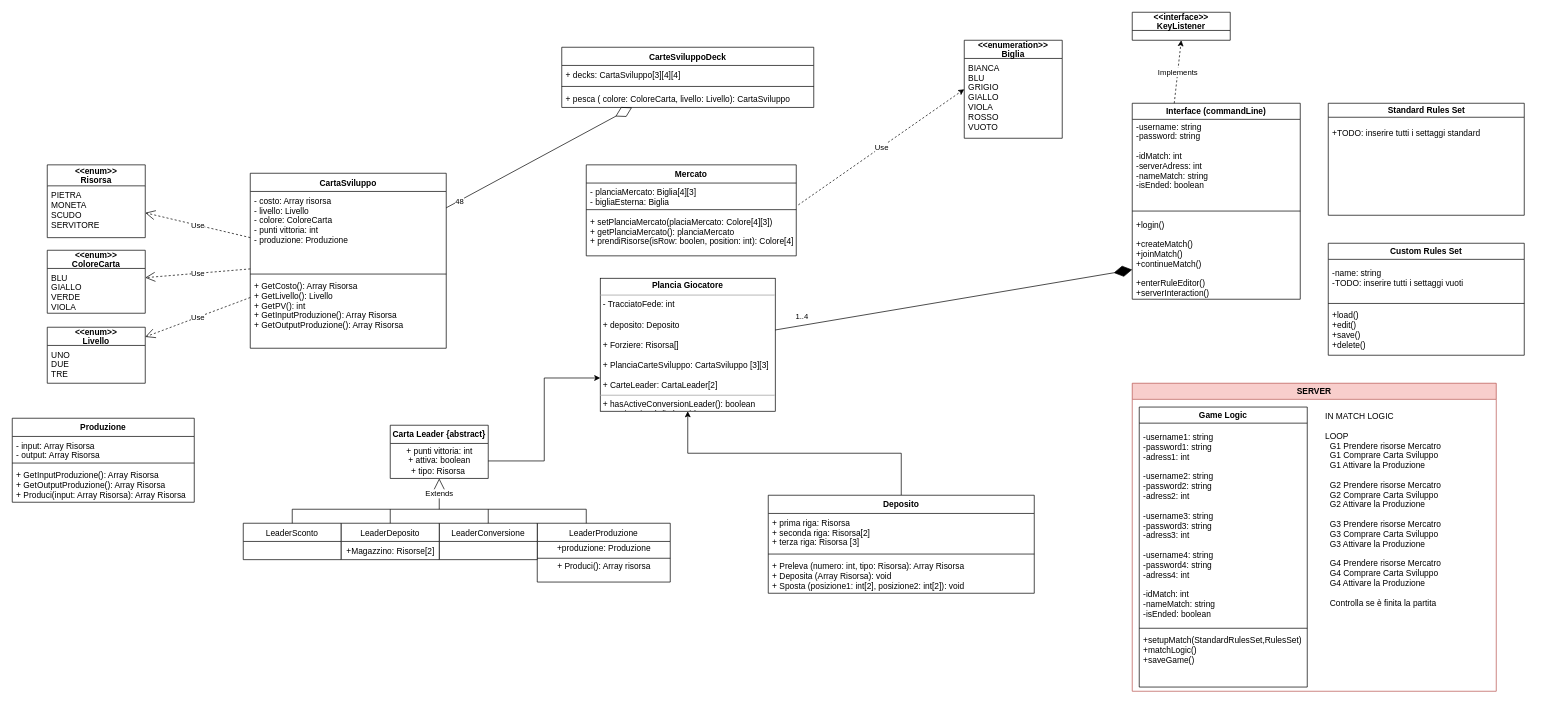
Earlier version of the draw.io diagram Untitled Diagram.drawio (DavideLancini/ing-sw-2021-Lancini-Gilli-Frigerio). Source tidied: cells renumbered, new cells numbered last; positions are measured from the earlier drawing's top-left corner, leaving out a move shared by most shapes. Both pictures are drawn from the tidied source at 70%, with x=0, y=0 at pixel (12, 12).
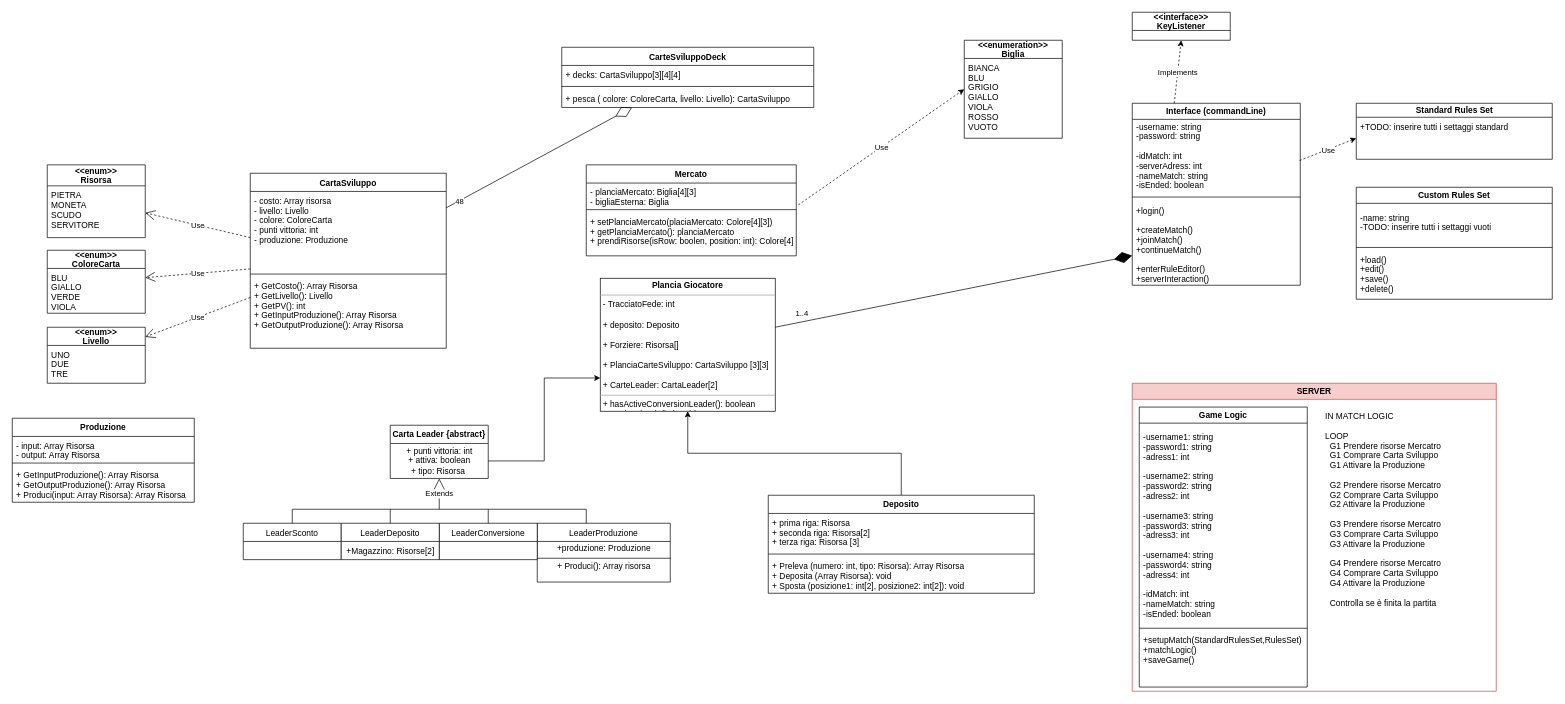
The same diagram, later.

The edit, as a diff of the source:
```diff
@@
     <mxCell id="13" value="Standard Rules Set" style="swimlane;html=1;startSize=20;horizontal=1;containerType=tree;newEdgeStyle={&quot;edgeStyle&quot;:&quot;elbowEdgeStyle&quot;,&quot;startArrow&quot;:&quot;none&quot;,&quot;endArrow&quot;:&quot;none&quot;};strokeColor=#000000;swimlaneFillColor=#ffffff;" parent="1" vertex="1">
-      <mxGeometry x="1880" y="130" width="280" height="160" as="geometry" />
+      <mxGeometry x="1920" y="130" width="280" height="80" as="geometry" />
     </mxCell>
     <mxCell id="14" value="+TODO: inserire tutti i settaggi standard" style="text;strokeColor=none;fillColor=none;align=left;verticalAlign=top;spacingLeft=4;spacingRight=4;overflow=hidden;" parent="13" vertex="1">
-      <mxGeometry y="29" width="280" height="131" as="geometry" />
+      <mxGeometry y="20" width="280" height="60" as="geometry" />
     </mxCell>
@@
     <mxCell id="16" value="Custom Rules Set" style="swimlane;strokeColor=#000000;swimlaneFillColor=#ffffff;" parent="1" vertex="1">
-      <mxGeometry x="1880" y="330" width="280" height="160" as="geometry" />
+      <mxGeometry x="1920" y="250" width="280" height="160" as="geometry" />
     </mxCell>
@@
     <mxCell id="32" value="Interface (commandLine)" style="swimlane;strokeColor=#000000;swimlaneFillColor=#ffffff;" parent="1" vertex="1">
-      <mxGeometry x="1600" y="130" width="240" height="280" as="geometry" />
+      <mxGeometry x="1600" y="130" width="240" height="260" as="geometry" />
     </mxCell>
     <mxCell id="33" value="+login()&#10;&#10;+createMatch()&#10;+joinMatch()&#10;+continueMatch()&#10;&#10;+enterRuleEditor()&#10;+serverInteraction()" style="text;strokeColor=none;fillColor=none;align=left;verticalAlign=top;spacingLeft=4;spacingRight=4;overflow=hidden;points=[[0,0.5],[1,0.5]];portConstraint=eastwest;" parent="32" vertex="1">
-      <mxGeometry y="160" width="240" height="120" as="geometry" />
+      <mxGeometry y="140" width="240" height="120" as="geometry" />
     </mxCell>
     <mxCell id="34" value="-username: string&#10;-password: string&#10;&#10;-idMatch: int&#10;-serverAdress: int&#10;-nameMatch: string&#10;-isEnded: boolean" style="text;strokeColor=none;fillColor=none;align=left;verticalAlign=top;spacingLeft=4;spacingRight=4;overflow=hidden;points=[[0,0.5],[1,0.5]];portConstraint=eastwest;" parent="32" vertex="1">
-      <mxGeometry y="20" width="240" height="130" as="geometry" />
+      <mxGeometry y="20" width="240" height="110" as="geometry" />
     </mxCell>
     <mxCell id="35" style="line;html=1;strokeWidth=1;align=left;verticalAlign=middle;spacingTop=-1;spacingLeft=3;spacingRight=3;labelPosition=right;" parent="32" vertex="1">
-      <mxGeometry y="150" width="240" height="8" as="geometry" />
+      <mxGeometry y="130" width="240" height="8" as="geometry" />
     </mxCell>
@@
+    <mxCell id="77" style="endArrow=classic;html=1;exitX=0.996;exitY=0.562;exitDx=0;exitDy=0;dashed=1;exitPerimeter=0;" parent="1" edge="1" source="34">
+      <mxGeometry relative="1" as="geometry">
+        <mxPoint x="1920" y="180" as="targetPoint" />
+      </mxGeometry>
+    </mxCell>
+    <mxCell id="78" value="Use" style="edgeLabel;html=1;align=center;verticalAlign=middle;" parent="77" vertex="1">
+      <mxGeometry relative="1" as="geometry" />
+    </mxCell>
```
